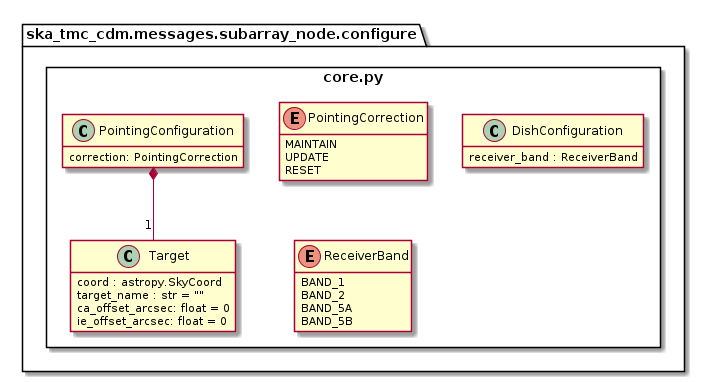
Above: docs/src/developer/subarraynode/core.png in ska-telescope/cdm-shared-library (PlantUML), before the change.
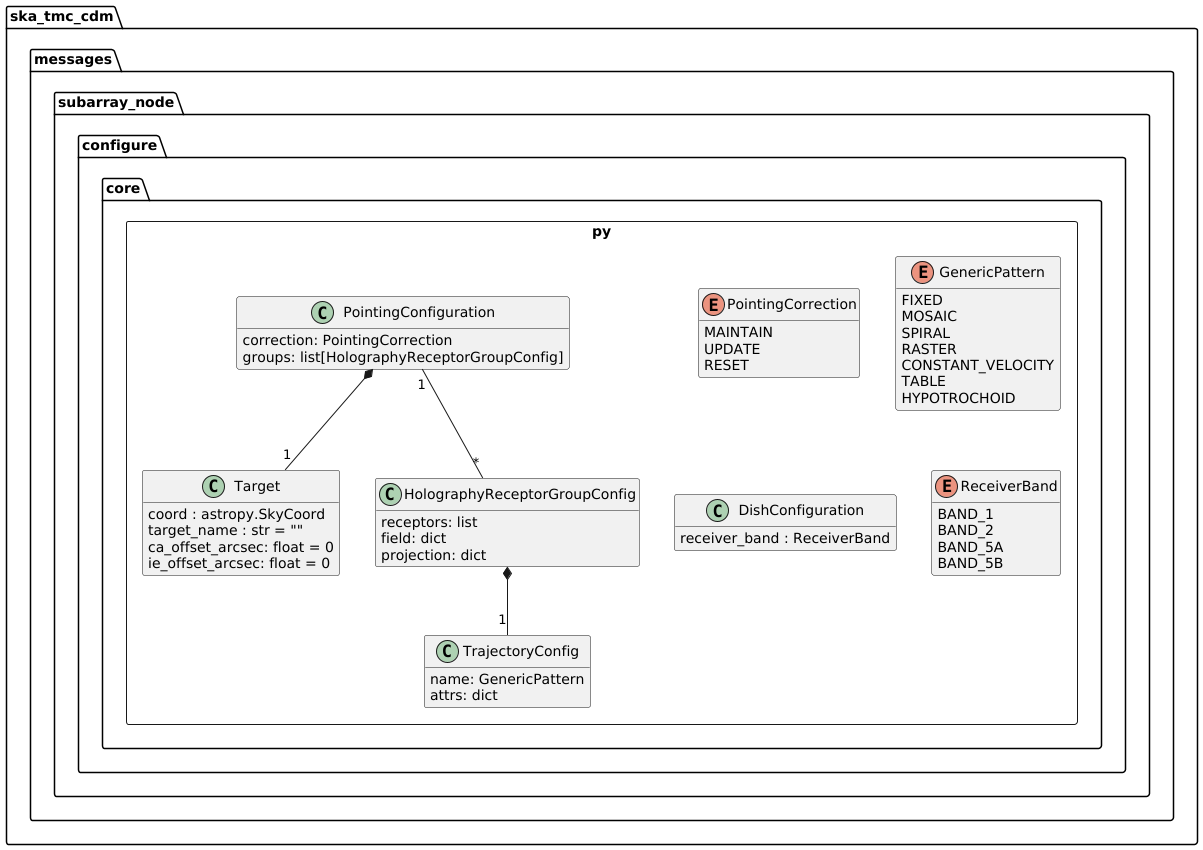
After the change.

What changed in the source:
```diff
@@ -18,11 +18,36 @@
 			RESET
 		}
 
+		class HolographyReceptorGroupConfig {
+		    receptors: list
+		    field: dict
+		    projection: dict
+		}
+
+		enum GenericPattern {
+		    FIXED
+            MOSAIC
+            SPIRAL
+            RASTER
+            CONSTANT_VELOCITY
+            TABLE
+            HYPOTROCHOID
+		}
+
+		class TrajectoryConfig {
+		    name: GenericPattern
+		    attrs: dict
+		}
+
 		class PointingConfiguration {
 			correction: PointingCorrection
+			groups: list[HolographyReceptorGroupConfig]
 		}
 
 		PointingConfiguration *-- "1" Target
+		PointingConfiguration "1"-- "*" HolographyReceptorGroupConfig
+
+		HolographyReceptorGroupConfig *-- "1" TrajectoryConfig
 
 		class DishConfiguration {
 			receiver_band : ReceiverBand
```
